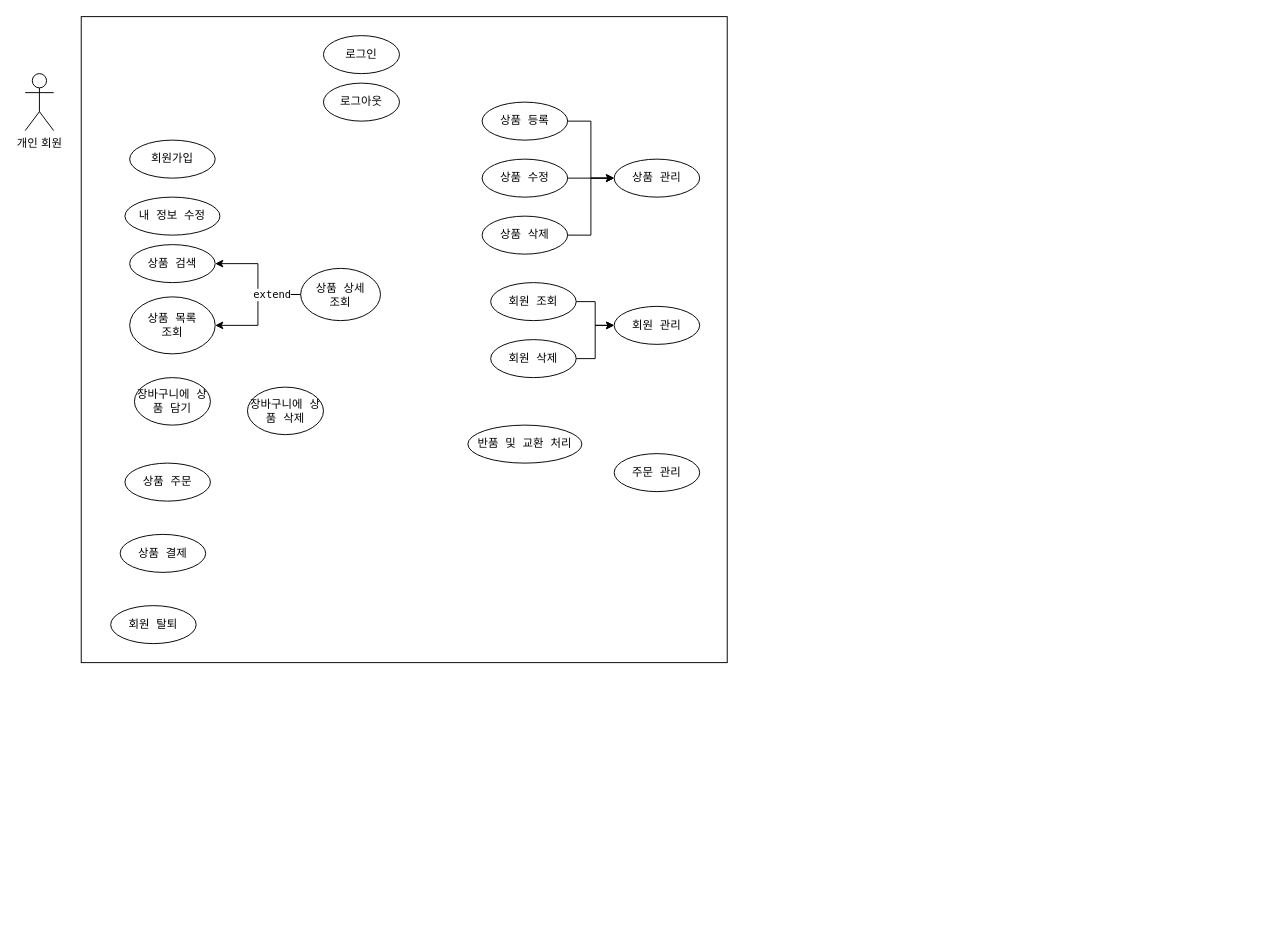
Before: usecase.drawio in Myung518/project2022, a draw.io diagram. Source tidied: cells renumbered, new cells numbered last; positions are measured from the earlier drawing's top-left corner, leaving out a move shared by most shapes. Both pictures are drawn from the tidied source at 95%, with x=0, y=0 at pixel (25, 16).
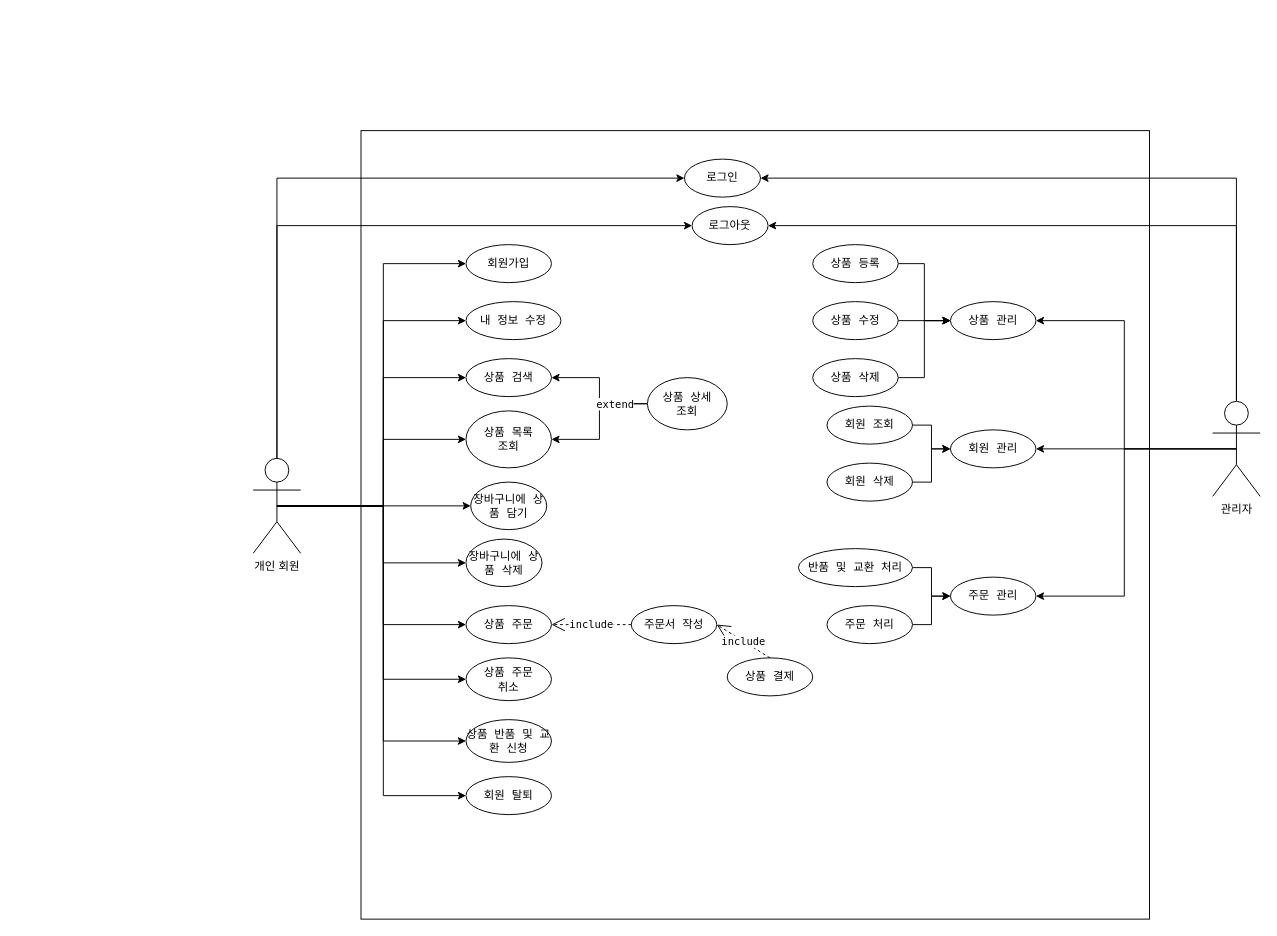
Above is the later version.

The edit, as a diff of the source:
```diff
@@
+    <mxCell id="3" style="whiteSpace=wrap;html=1;fontFamily=Lucida Console;" parent="1" vertex="1">
+      <mxGeometry x="353.5" y="120" width="830" height="830" as="geometry" />
+    </mxCell>
+    <mxCell id="32" style="edgeStyle=orthogonalEdgeStyle;rounded=0;jettySize=auto;html=1;exitX=0.5;exitY=0.5;exitDx=0;exitDy=0;exitPerimeter=0;entryX=0;entryY=0.5;entryDx=0;entryDy=0;fontFamily=Lucida Console;" parent="1" edge="1" source="2" target="8">
+      <mxGeometry relative="1" as="geometry" />
+    </mxCell>
+    <mxCell id="33" style="edgeStyle=orthogonalEdgeStyle;rounded=0;jettySize=auto;html=1;exitX=0.5;exitY=0.5;exitDx=0;exitDy=0;exitPerimeter=0;entryX=0;entryY=0.5;entryDx=0;entryDy=0;fontFamily=Lucida Console;" parent="1" edge="1" source="2" target="9">
+      <mxGeometry relative="1" as="geometry" />
+    </mxCell>
+    <mxCell id="34" style="edgeStyle=orthogonalEdgeStyle;rounded=0;jettySize=auto;html=1;exitX=0.5;exitY=0.5;exitDx=0;exitDy=0;exitPerimeter=0;entryX=0;entryY=0.5;entryDx=0;entryDy=0;fontFamily=Lucida Console;" parent="1" edge="1" source="2" target="7">
+      <mxGeometry relative="1" as="geometry" />
+    </mxCell>
+    <mxCell id="35" style="edgeStyle=orthogonalEdgeStyle;rounded=0;jettySize=auto;html=1;exitX=0.5;exitY=0.5;exitDx=0;exitDy=0;exitPerimeter=0;entryX=0;entryY=0.5;entryDx=0;entryDy=0;fontFamily=Lucida Console;" parent="1" edge="1" source="2" target="18">
+      <mxGeometry relative="1" as="geometry" />
+    </mxCell>
+    <mxCell id="36" style="edgeStyle=orthogonalEdgeStyle;rounded=0;jettySize=auto;html=1;exitX=0.5;exitY=0.5;exitDx=0;exitDy=0;exitPerimeter=0;fontFamily=Lucida Console;" parent="1" edge="1" source="2" target="6">
+      <mxGeometry relative="1" as="geometry" />
+    </mxCell>
+    <mxCell id="37" style="edgeStyle=orthogonalEdgeStyle;rounded=0;jettySize=auto;html=1;exitX=0.5;exitY=0.5;exitDx=0;exitDy=0;exitPerimeter=0;entryX=0;entryY=0.5;entryDx=0;entryDy=0;fontFamily=Lucida Console;" parent="1" edge="1" source="2" target="48">
+      <mxGeometry relative="1" as="geometry" />
+    </mxCell>
+    <mxCell id="38" style="edgeStyle=orthogonalEdgeStyle;rounded=0;jettySize=auto;html=1;exitX=0.5;exitY=0.5;exitDx=0;exitDy=0;exitPerimeter=0;entryX=0;entryY=0.5;entryDx=0;entryDy=0;fontFamily=Lucida Console;" parent="1" edge="1" source="2" target="10">
+      <mxGeometry relative="1" as="geometry" />
+    </mxCell>
+    <mxCell id="39" style="edgeStyle=orthogonalEdgeStyle;rounded=0;jettySize=auto;html=1;exitX=0.5;exitY=0.5;exitDx=0;exitDy=0;exitPerimeter=0;entryX=0;entryY=0.5;entryDx=0;entryDy=0;fontFamily=Lucida Console;" parent="1" edge="1" source="2" target="16">
+      <mxGeometry relative="1" as="geometry" />
+    </mxCell>
+    <mxCell id="40" style="edgeStyle=orthogonalEdgeStyle;rounded=0;jettySize=auto;html=1;exitX=0.5;exitY=0.5;exitDx=0;exitDy=0;exitPerimeter=0;entryX=0;entryY=0.5;entryDx=0;entryDy=0;fontFamily=Lucida Console;" parent="1" edge="1" source="2" target="17">
+      <mxGeometry relative="1" as="geometry" />
+    </mxCell>
+    <mxCell id="41" style="edgeStyle=orthogonalEdgeStyle;rounded=0;jettySize=auto;html=1;exitX=0.5;exitY=0;exitDx=0;exitDy=0;exitPerimeter=0;entryX=0;entryY=0.5;entryDx=0;entryDy=0;fontFamily=Lucida Console;" parent="1" edge="1" source="2" target="4">
+      <mxGeometry relative="1" as="geometry" />
+    </mxCell>
+    <mxCell id="42" style="edgeStyle=orthogonalEdgeStyle;rounded=0;jettySize=auto;html=1;exitX=0.5;exitY=0;exitDx=0;exitDy=0;exitPerimeter=0;entryX=0;entryY=0.5;entryDx=0;entryDy=0;fontFamily=Lucida Console;" parent="1" edge="1" source="2" target="5">
+      <mxGeometry relative="1" as="geometry" />
+    </mxCell>
+    <mxCell id="43" style="edgeStyle=orthogonalEdgeStyle;rounded=0;jettySize=auto;html=1;exitX=0.5;exitY=0.5;exitDx=0;exitDy=0;exitPerimeter=0;entryX=0;entryY=0.5;entryDx=0;entryDy=0;fontFamily=Lucida Console;" parent="1" edge="1" source="2" target="49">
+      <mxGeometry relative="1" as="geometry" />
+    </mxCell>
     <mxCell id="2" value="개인 회원" style="shape=umlActor;verticalLabelPosition=bottom;verticalAlign=top;html=1;outlineConnect=0;fontStyle=0;" parent="1" vertex="1">
-      <mxGeometry y="60" width="30" height="60" as="geometry" />
+      <mxGeometry x="240" y="465" width="50" height="100" as="geometry" />
     </mxCell>
-    <mxCell id="3" style="whiteSpace=wrap;html=1;fontFamily=Lucida Console;" parent="1" vertex="1">
-      <mxGeometry x="59" width="680" height="680" as="geometry" />
-    </mxCell>
     <mxCell id="4" value="로그인" style="ellipse;whiteSpace=wrap;html=1;fontFamily=Lucida Console;" parent="1" vertex="1">
-      <mxGeometry x="314" y="20" width="80" height="40" as="geometry" />
+      <mxGeometry x="694" y="150" width="80" height="40" as="geometry" />
     </mxCell>
     <mxCell id="5" value="로그아웃" style="ellipse;whiteSpace=wrap;html=1;fontFamily=Lucida Console;" parent="1" vertex="1">
-      <mxGeometry x="314" y="70" width="80" height="40" as="geometry" />
+      <mxGeometry x="702" y="200" width="80" height="40" as="geometry" />
     </mxCell>
     <mxCell id="6" value="장바구니에 상품 담기" style="ellipse;whiteSpace=wrap;html=1;fontFamily=Lucida Console;" parent="1" vertex="1">
-      <mxGeometry x="115" y="380" width="80" height="50" as="geometry" />
+      <mxGeometry x="469" y="490" width="80" height="50" as="geometry" />
     </mxCell>
     <mxCell id="7" value="상품 검색" style="ellipse;whiteSpace=wrap;html=1;fontFamily=Lucida Console;" parent="1" vertex="1">
-      <mxGeometry x="110" y="240" width="90" height="40" as="geometry" />
+      <mxGeometry x="464" y="360" width="90" height="40" as="geometry" />
     </mxCell>
     <mxCell id="8" value="회원가입" style="ellipse;whiteSpace=wrap;html=1;fontFamily=Lucida Console;" parent="1" vertex="1">
-      <mxGeometry x="110" y="130" width="90" height="40" as="geometry" />
+      <mxGeometry x="464" y="240" width="90" height="40" as="geometry" />
     </mxCell>
     <mxCell id="9" value="내 정보 수정" style="ellipse;whiteSpace=wrap;html=1;fontFamily=Lucida Console;" parent="1" vertex="1">
-      <mxGeometry x="105" y="190" width="100" height="40" as="geometry" />
+      <mxGeometry x="464" y="300" width="100" height="40" as="geometry" />
     </mxCell>
     <mxCell id="10" value="회원 탈퇴" style="ellipse;whiteSpace=wrap;html=1;fontFamily=Lucida Console;" parent="1" vertex="1">
-      <mxGeometry x="90" y="620" width="90" height="40" as="geometry" />
+      <mxGeometry x="464" y="800" width="90" height="40" as="geometry" />
     </mxCell>
     <mxCell id="11" value="상품 관리" style="ellipse;whiteSpace=wrap;html=1;fontFamily=Lucida Console;" parent="1" vertex="1">
-      <mxGeometry x="620" y="150" width="90" height="40" as="geometry" />
+      <mxGeometry x="974" y="300" width="90" height="40" as="geometry" />
     </mxCell>
     <mxCell id="12" value="회원 관리" style="ellipse;whiteSpace=wrap;html=1;fontFamily=Lucida Console;" parent="1" vertex="1">
-      <mxGeometry x="620" y="305" width="90" height="40" as="geometry" />
+      <mxGeometry x="974" y="435" width="90" height="40" as="geometry" />
     </mxCell>
     <mxCell id="13" value="주문 관리" style="ellipse;whiteSpace=wrap;html=1;fontFamily=Lucida Console;" parent="1" vertex="1">
-      <mxGeometry x="620" y="460" width="90" height="40" as="geometry" />
+      <mxGeometry x="974" y="590" width="90" height="40" as="geometry" />
     </mxCell>
+    <mxCell id="44" style="edgeStyle=orthogonalEdgeStyle;rounded=0;jettySize=auto;html=1;exitX=1;exitY=0.5;exitDx=0;exitDy=0;fontFamily=Lucida Console;" parent="1" edge="1" source="14" target="13">
+      <mxGeometry relative="1" as="geometry" />
+    </mxCell>
     <mxCell id="14" value="반품 및 교환 처리" style="ellipse;whiteSpace=wrap;html=1;fontFamily=Lucida Console;" parent="1" vertex="1">
-      <mxGeometry x="466" y="430" width="120" height="40" as="geometry" />
+      <mxGeometry x="814" y="560" width="120" height="40" as="geometry" />
     </mxCell>
     <mxCell id="15" value="상품 결제" style="ellipse;whiteSpace=wrap;html=1;fontFamily=Lucida Console;" parent="1" vertex="1">
-      <mxGeometry x="100" y="545" width="90" height="40" as="geometry" />
+      <mxGeometry x="739" y="675" width="90" height="40" as="geometry" />
     </mxCell>
     <mxCell id="16" value="상품 주문" style="ellipse;whiteSpace=wrap;html=1;fontFamily=Lucida Console;" parent="1" vertex="1">
-      <mxGeometry x="105" y="470" width="90" height="40" as="geometry" />
+      <mxGeometry x="464" y="620" width="90" height="40" as="geometry" />
     </mxCell>
     <mxCell id="17" value="장바구니에 상품 삭제" style="ellipse;whiteSpace=wrap;html=1;fontFamily=Lucida Console;" parent="1" vertex="1">
-      <mxGeometry x="234" y="390" width="80" height="50" as="geometry" />
+      <mxGeometry x="464" y="550" width="80" height="50" as="geometry" />
     </mxCell>
     <mxCell id="18" value="상품 목록&lt;br&gt;조회" style="ellipse;whiteSpace=wrap;html=1;fontFamily=Lucida Console;" parent="1" vertex="1">
-      <mxGeometry x="110" y="295" width="90" height="60" as="geometry" />
+      <mxGeometry x="464" y="415" width="90" height="60" as="geometry" />
     </mxCell>
@@
     <mxCell id="21" value="상품 상세&lt;br&gt;조회" style="ellipse;whiteSpace=wrap;html=1;fontFamily=Lucida Console;" parent="1" vertex="1">
-      <mxGeometry x="290" y="265" width="84" height="55" as="geometry" />
+      <mxGeometry x="655" y="380" width="84" height="55" as="geometry" />
     </mxCell>
@@
     <mxCell id="23" value="상품 등록" style="ellipse;whiteSpace=wrap;html=1;fontFamily=Lucida Console;" parent="1" vertex="1">
-      <mxGeometry x="481" y="90" width="90" height="40" as="geometry" />
+      <mxGeometry x="829" y="240" width="90" height="40" as="geometry" />
     </mxCell>
@@
     <mxCell id="25" value="상품 수정" style="ellipse;whiteSpace=wrap;html=1;fontFamily=Lucida Console;" parent="1" vertex="1">
-      <mxGeometry x="481" y="150" width="90" height="40" as="geometry" />
+      <mxGeometry x="829" y="300" width="90" height="40" as="geometry" />
     </mxCell>
@@
     <mxCell id="27" value="상품 삭제" style="ellipse;whiteSpace=wrap;html=1;fontFamily=Lucida Console;" parent="1" vertex="1">
-      <mxGeometry x="481" y="210" width="90" height="40" as="geometry" />
+      <mxGeometry x="829" y="360" width="90" height="40" as="geometry" />
     </mxCell>
@@
     <mxCell id="29" value="회원 조회" style="ellipse;whiteSpace=wrap;html=1;fontFamily=Lucida Console;" parent="1" vertex="1">
-      <mxGeometry x="490" y="280" width="90" height="40" as="geometry" />
+      <mxGeometry x="844" y="410" width="90" height="40" as="geometry" />
     </mxCell>
@@
     <mxCell id="31" value="회원 삭제" style="ellipse;whiteSpace=wrap;html=1;fontFamily=Lucida Console;" parent="1" vertex="1">
-      <mxGeometry x="490" y="340" width="90" height="40" as="geometry" />
+      <mxGeometry x="844" y="470" width="90" height="40" as="geometry" />
     </mxCell>
+    <mxCell id="45" style="edgeStyle=orthogonalEdgeStyle;rounded=0;jettySize=auto;html=1;exitX=1;exitY=0.5;exitDx=0;exitDy=0;fontFamily=Lucida Console;" parent="1" edge="1" source="46" target="13">
+      <mxGeometry relative="1" as="geometry" />
+    </mxCell>
+    <mxCell id="46" value="주문 처리" style="ellipse;whiteSpace=wrap;html=1;fontFamily=Lucida Console;" parent="1" vertex="1">
+      <mxGeometry x="844" y="620" width="90" height="40" as="geometry" />
+    </mxCell>
+    <mxCell id="47" value="주문서 작성" style="ellipse;whiteSpace=wrap;html=1;fontFamily=Lucida Console;" parent="1" vertex="1">
+      <mxGeometry x="638" y="620" width="90" height="40" as="geometry" />
+    </mxCell>
+    <mxCell id="48" value="상품 주문&lt;br&gt;취소" style="ellipse;whiteSpace=wrap;html=1;fontFamily=Lucida Console;" parent="1" vertex="1">
+      <mxGeometry x="464" y="675" width="90" height="45" as="geometry" />
+    </mxCell>
+    <mxCell id="49" value="상품 반품 및 교환 신청" style="ellipse;whiteSpace=wrap;html=1;fontFamily=Lucida Console;" parent="1" vertex="1">
+      <mxGeometry x="464" y="740" width="90" height="45" as="geometry" />
+    </mxCell>
+    <mxCell id="50" style="edgeStyle=orthogonalEdgeStyle;rounded=0;jettySize=auto;html=1;exitX=0.5;exitY=0;exitDx=0;exitDy=0;exitPerimeter=0;entryX=1;entryY=0.5;entryDx=0;entryDy=0;fontFamily=Lucida Console;" parent="1" edge="1" source="55" target="4">
+      <mxGeometry relative="1" as="geometry" />
+    </mxCell>
+    <mxCell id="51" style="edgeStyle=orthogonalEdgeStyle;rounded=0;jettySize=auto;html=1;exitX=0.5;exitY=0;exitDx=0;exitDy=0;exitPerimeter=0;entryX=1;entryY=0.5;entryDx=0;entryDy=0;fontFamily=Lucida Console;" parent="1" edge="1" source="55" target="5">
+      <mxGeometry relative="1" as="geometry" />
+    </mxCell>
+    <mxCell id="52" style="edgeStyle=orthogonalEdgeStyle;rounded=0;jettySize=auto;html=1;exitX=0.5;exitY=0.5;exitDx=0;exitDy=0;exitPerimeter=0;entryX=1;entryY=0.5;entryDx=0;entryDy=0;fontFamily=Lucida Console;" parent="1" edge="1" source="55" target="11">
+      <mxGeometry relative="1" as="geometry" />
+    </mxCell>
+    <mxCell id="53" style="edgeStyle=orthogonalEdgeStyle;rounded=0;jettySize=auto;html=1;exitX=0.5;exitY=0.5;exitDx=0;exitDy=0;exitPerimeter=0;fontFamily=Lucida Console;" parent="1" edge="1" source="55" target="12">
+      <mxGeometry relative="1" as="geometry" />
+    </mxCell>
+    <mxCell id="54" style="edgeStyle=orthogonalEdgeStyle;rounded=0;jettySize=auto;html=1;exitX=0.5;exitY=0.5;exitDx=0;exitDy=0;exitPerimeter=0;entryX=1;entryY=0.5;entryDx=0;entryDy=0;fontFamily=Lucida Console;" parent="1" edge="1" source="55" target="13">
+      <mxGeometry relative="1" as="geometry" />
+    </mxCell>
+    <mxCell id="55" value="관리자" style="shape=umlActor;verticalLabelPosition=bottom;verticalAlign=top;html=1;outlineConnect=0;fontStyle=0;" parent="1" vertex="1">
+      <mxGeometry x="1250" y="405" width="50" height="100" as="geometry" />
+    </mxCell>
+    <mxCell id="56" value="include" style="endArrow=open;endSize=12;dashed=1;html=1;rounded=0;fontFamily=Lucida Console;exitX=0;exitY=0.5;exitDx=0;exitDy=0;" parent="1" edge="1" source="47" target="16">
+      <mxGeometry relative="1" as="geometry" />
+    </mxCell>
+    <mxCell id="57" value="include" style="endArrow=open;endSize=12;dashed=1;html=1;rounded=0;fontFamily=Lucida Console;exitX=0.5;exitY=0;exitDx=0;exitDy=0;entryX=1;entryY=0.5;entryDx=0;entryDy=0;" parent="1" edge="1" source="15" target="47">
+      <mxGeometry relative="1" as="geometry" />
+    </mxCell>
```
